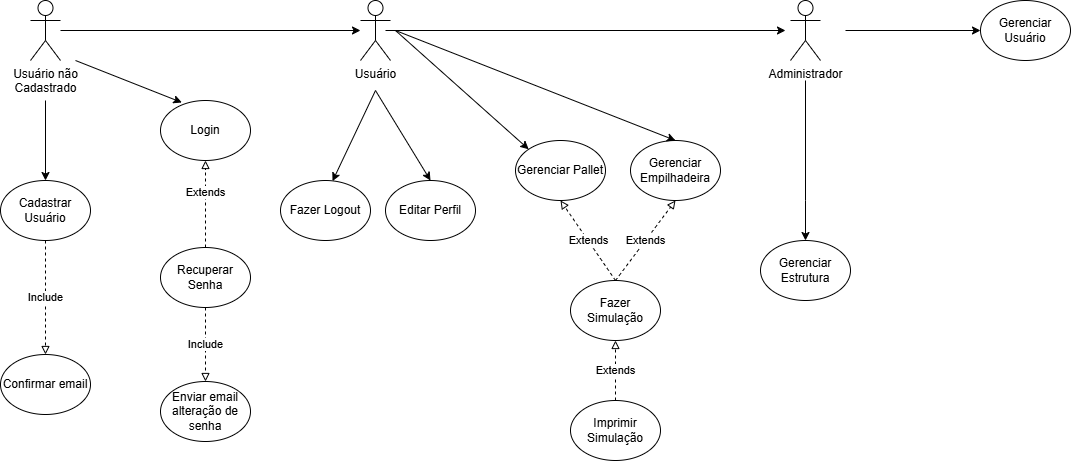
The draw.io diagram 04.Diagrama Caso de Uso/01 - ALTO NIVEL/UML JAVA-LIDAY.png in JoaoKF1/Java-liday, before a commit. Source tidied: cells renumbered, new cells last; positions are measured from the earlier drawing's top-left corner, leaving out a move shared by most shapes.
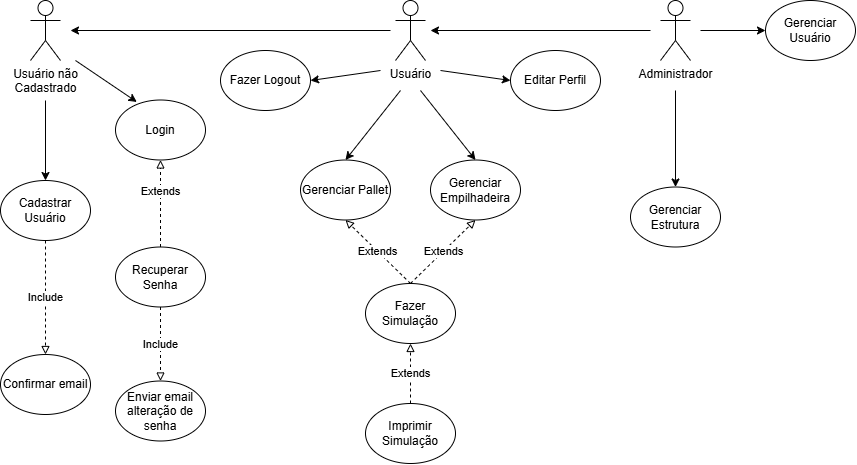
After the commit.

Change to the diagram source:
```diff
@@ -3,62 +3,54 @@
     <mxCell id="0" />
     <mxCell id="1" parent="0" />
     <mxCell id="2" value="Usuário" style="shape=umlActor;verticalLabelPosition=bottom;verticalAlign=top;html=1;outlineConnect=0;" parent="1" vertex="1">
-      <mxGeometry x="360" width="30" height="60" as="geometry" />
+      <mxGeometry x="467" y="-40" width="30" height="60" as="geometry" />
     </mxCell>
-    <mxCell id="3" style="edgeStyle=orthogonalEdgeStyle;rounded=0;jettySize=auto;html=1;entryX=0.5;entryY=0;entryDx=0;entryDy=0;" parent="1" edge="1" target="11">
-      <mxGeometry relative="1" as="geometry">
-        <mxPoint x="805" y="80" as="sourcePoint" />
-        <Array as="points">
-          <mxPoint x="805" y="200" />
-        </Array>
-      </mxGeometry>
-    </mxCell>
     <mxCell id="4" style="edgeStyle=orthogonalEdgeStyle;rounded=0;jettySize=auto;html=1;entryX=0;entryY=0.5;entryDx=0;entryDy=0;" parent="1" edge="1" target="16">
       <mxGeometry relative="1" as="geometry">
-        <mxPoint x="845" y="30" as="sourcePoint" />
+        <mxPoint x="772" y="-10" as="sourcePoint" />
       </mxGeometry>
     </mxCell>
     <mxCell id="5" value="Administrador" style="shape=umlActor;verticalLabelPosition=bottom;verticalAlign=top;html=1;" parent="1" vertex="1">
-      <mxGeometry x="790" width="30" height="60" as="geometry" />
+      <mxGeometry x="732" y="-40" width="30" height="60" as="geometry" />
     </mxCell>
     <mxCell id="6" value="Cadastrar Usuário" style="ellipse;whiteSpace=wrap;html=1;" parent="1" vertex="1">
-      <mxGeometry y="180" width="90" height="60" as="geometry" />
+      <mxGeometry x="72" y="140" width="90" height="60" as="geometry" />
     </mxCell>
     <mxCell id="7" value="Confirmar email" style="ellipse;whiteSpace=wrap;html=1;" parent="1" vertex="1">
-      <mxGeometry y="354" width="90" height="60" as="geometry" />
+      <mxGeometry x="72" y="314" width="90" height="60" as="geometry" />
     </mxCell>
     <mxCell id="8" value="Login" style="ellipse;whiteSpace=wrap;html=1;" parent="1" vertex="1">
-      <mxGeometry x="160" y="100" width="90" height="60" as="geometry" />
+      <mxGeometry x="187" y="59.5" width="90" height="60" as="geometry" />
     </mxCell>
     <mxCell id="9" value="Gerenciar Pallet" style="ellipse;whiteSpace=wrap;html=1;" parent="1" vertex="1">
-      <mxGeometry x="515" y="140" width="90" height="60" as="geometry" />
+      <mxGeometry x="372" y="119.5" width="90" height="60" as="geometry" />
     </mxCell>
     <mxCell id="10" value="Gerenciar Empilhadeira" style="ellipse;whiteSpace=wrap;html=1;" parent="1" vertex="1">
-      <mxGeometry x="630" y="140" width="90" height="60" as="geometry" />
+      <mxGeometry x="502" y="119.5" width="90" height="60" as="geometry" />
     </mxCell>
     <mxCell id="11" value="Gerenciar Estrutura" style="ellipse;whiteSpace=wrap;html=1;" parent="1" vertex="1">
-      <mxGeometry x="760" y="240" width="90" height="60" as="geometry" />
+      <mxGeometry x="702" y="146.5" width="90" height="60" as="geometry" />
     </mxCell>
     <mxCell id="12" value="Fazer Simulação" style="ellipse;whiteSpace=wrap;html=1;" parent="1" vertex="1">
-      <mxGeometry x="570" y="280" width="90" height="60" as="geometry" />
+      <mxGeometry x="437" y="243" width="90" height="60" as="geometry" />
     </mxCell>
     <mxCell id="13" value="Fazer Logout" style="ellipse;whiteSpace=wrap;html=1;" parent="1" vertex="1">
-      <mxGeometry x="280" y="180" width="90" height="60" as="geometry" />
+      <mxGeometry x="292" y="10" width="90" height="60" as="geometry" />
     </mxCell>
     <mxCell id="14" value="Recuperar Senha" style="ellipse;whiteSpace=wrap;html=1;" parent="1" vertex="1">
-      <mxGeometry x="160" y="247" width="90" height="60" as="geometry" />
+      <mxGeometry x="187" y="206.5" width="90" height="60" as="geometry" />
     </mxCell>
     <mxCell id="15" value="Enviar email alteração de senha" style="ellipse;whiteSpace=wrap;html=1;" parent="1" vertex="1">
-      <mxGeometry x="160" y="381" width="90" height="60" as="geometry" />
+      <mxGeometry x="187" y="340.5" width="90" height="60" as="geometry" />
     </mxCell>
     <mxCell id="16" value="Gerenciar Usuário" style="ellipse;whiteSpace=wrap;html=1;" parent="1" vertex="1">
-      <mxGeometry x="980" width="90" height="60" as="geometry" />
+      <mxGeometry x="837" y="-40" width="90" height="60" as="geometry" />
     </mxCell>
     <mxCell id="17" value="Editar Perfil" style="ellipse;whiteSpace=wrap;html=1;" parent="1" vertex="1">
-      <mxGeometry x="385" y="180" width="90" height="60" as="geometry" />
+      <mxGeometry x="582" y="10" width="90" height="60" as="geometry" />
     </mxCell>
     <mxCell id="18" value="Imprimir Simulação" style="ellipse;whiteSpace=wrap;html=1;" parent="1" vertex="1">
-      <mxGeometry x="570" y="400" width="90" height="60" as="geometry" />
+      <mxGeometry x="437" y="363" width="90" height="60" as="geometry" />
     </mxCell>
     <mxCell id="19" value="Include" style="endArrow=block;endFill=0;html=1;rounded=0;exitX=0.5;exitY=1;exitDx=0;exitDy=0;entryX=0.5;entryY=0;entryDx=0;entryDy=0;dashed=1;" parent="1" edge="1" source="6" target="7">
       <mxGeometry relative="1" as="geometry" />
@@ -79,46 +71,54 @@
       <mxGeometry relative="1" as="geometry" />
     </mxCell>
     <mxCell id="25" value="Usuário não&lt;div&gt;Cadastrado&lt;/div&gt;" style="shape=umlActor;verticalLabelPosition=bottom;verticalAlign=top;html=1;outlineConnect=0;" parent="1" vertex="1">
-      <mxGeometry x="30" width="30" height="60" as="geometry" />
+      <mxGeometry x="102" y="-40" width="30" height="60" as="geometry" />
     </mxCell>
     <mxCell id="26" style="endArrow=classic;html=1;rounded=0;" parent="1" edge="1">
       <mxGeometry relative="1" as="geometry">
-        <mxPoint x="385" y="30" as="sourcePoint" />
-        <mxPoint x="785" y="30" as="targetPoint" />
+        <mxPoint x="722" y="-10" as="sourcePoint" />
+        <mxPoint x="502" y="-10" as="targetPoint" />
       </mxGeometry>
     </mxCell>
     <mxCell id="27" style="endArrow=classic;html=1;rounded=0;entryX=0.5;entryY=0;entryDx=0;entryDy=0;" parent="1" edge="1" target="6">
       <mxGeometry relative="1" as="geometry">
-        <mxPoint x="45" y="100" as="sourcePoint" />
+        <mxPoint x="117" y="60" as="sourcePoint" />
       </mxGeometry>
     </mxCell>
-    <mxCell id="28" style="endArrow=classic;html=1;rounded=0;" parent="1" edge="1" source="25" target="2">
-      <mxGeometry relative="1" as="geometry" />
+    <mxCell id="28" style="endArrow=classic;html=1;rounded=0;" parent="1" edge="1">
+      <mxGeometry relative="1" as="geometry">
+        <mxPoint x="462" y="-10" as="sourcePoint" />
+        <mxPoint x="142" y="-10" as="targetPoint" />
+      </mxGeometry>
     </mxCell>
-    <mxCell id="29" style="endArrow=classic;html=1;rounded=0;entryX=0.5;entryY=0;entryDx=0;entryDy=0;" parent="1" edge="1" target="17">
+    <mxCell id="29" style="endArrow=classic;html=1;rounded=0;entryX=0;entryY=0.5;entryDx=0;entryDy=0;" parent="1" edge="1" target="17">
       <mxGeometry relative="1" as="geometry">
-        <mxPoint x="375" y="90" as="sourcePoint" />
+        <mxPoint x="512" y="30" as="sourcePoint" />
       </mxGeometry>
     </mxCell>
-    <mxCell id="30" style="endArrow=classic;html=1;rounded=0;entryX=0;entryY=0;entryDx=0;entryDy=0;" parent="1" edge="1" target="9">
+    <mxCell id="30" style="endArrow=classic;html=1;rounded=0;entryX=0.5;entryY=0;entryDx=0;entryDy=0;" parent="1" edge="1" target="9">
       <mxGeometry relative="1" as="geometry">
-        <mxPoint x="395" y="30" as="sourcePoint" />
+        <mxPoint x="472" y="50" as="sourcePoint" />
       </mxGeometry>
     </mxCell>
     <mxCell id="31" style="endArrow=classic;html=1;rounded=0;entryX=0.5;entryY=0;entryDx=0;entryDy=0;" parent="1" edge="1" target="10">
       <mxGeometry relative="1" as="geometry">
-        <mxPoint x="395" y="30" as="sourcePoint" />
+        <mxPoint x="492" y="50" as="sourcePoint" />
       </mxGeometry>
     </mxCell>
-    <mxCell id="32" style="endArrow=classic;html=1;rounded=0;entryX=0.578;entryY=0.011;entryDx=0;entryDy=0;entryPerimeter=0;" parent="1" edge="1" target="13">
+    <mxCell id="32" style="endArrow=classic;html=1;rounded=0;entryX=1;entryY=0.5;entryDx=0;entryDy=0;" parent="1" edge="1" target="13">
       <mxGeometry relative="1" as="geometry">
-        <mxPoint x="375" y="90" as="sourcePoint" />
+        <mxPoint x="452" y="30" as="sourcePoint" />
       </mxGeometry>
     </mxCell>
     <mxCell id="33" style="endArrow=classic;html=1;rounded=0;entryX=0.237;entryY=0.033;entryDx=0;entryDy=0;entryPerimeter=0;" parent="1" edge="1" target="8">
       <mxGeometry relative="1" as="geometry">
-        <mxPoint x="75" y="60" as="sourcePoint" />
+        <mxPoint x="147" y="20" as="sourcePoint" />
       </mxGeometry>
     </mxCell>
+    <mxCell id="34" style="endArrow=classic;html=1;rounded=0;entryX=0.5;entryY=0;entryDx=0;entryDy=0;" parent="1" edge="1" target="11">
+      <mxGeometry relative="1" as="geometry">
+        <mxPoint x="747" y="50" as="sourcePoint" />
+      </mxGeometry>
+    </mxCell>
   </root>
 </mxGraphModel>
```
